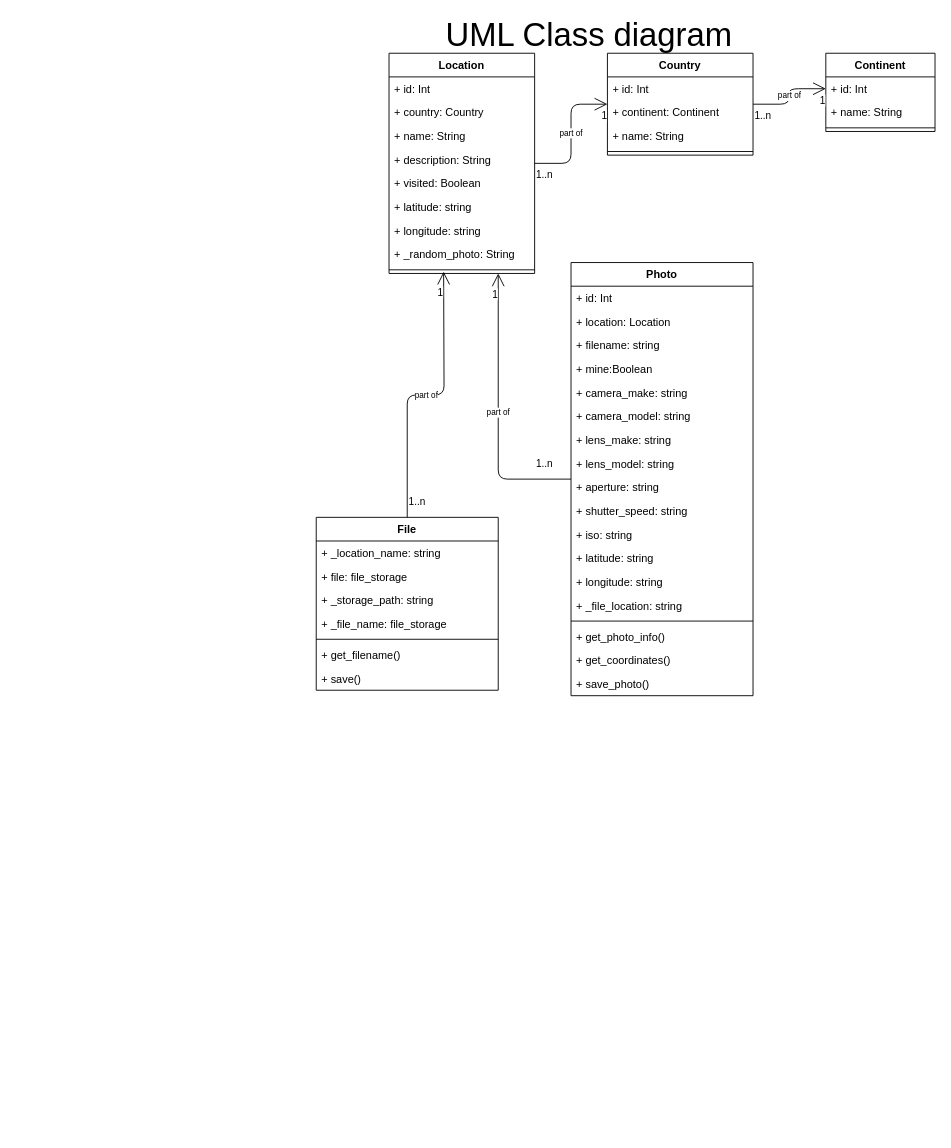
The draw.io diagram page "UML Class diagram" (1 of 7) of Design/Design.drawio in Michalju/PhotoApp, before the edit. Source tidied: cells renumbered, new cells numbered last; positions are measured from the earlier drawing's top-left corner, leaving out a move shared by most shapes. Both pictures are drawn from the tidied source at 91%, with x=0, y=0 at pixel (243, 16).
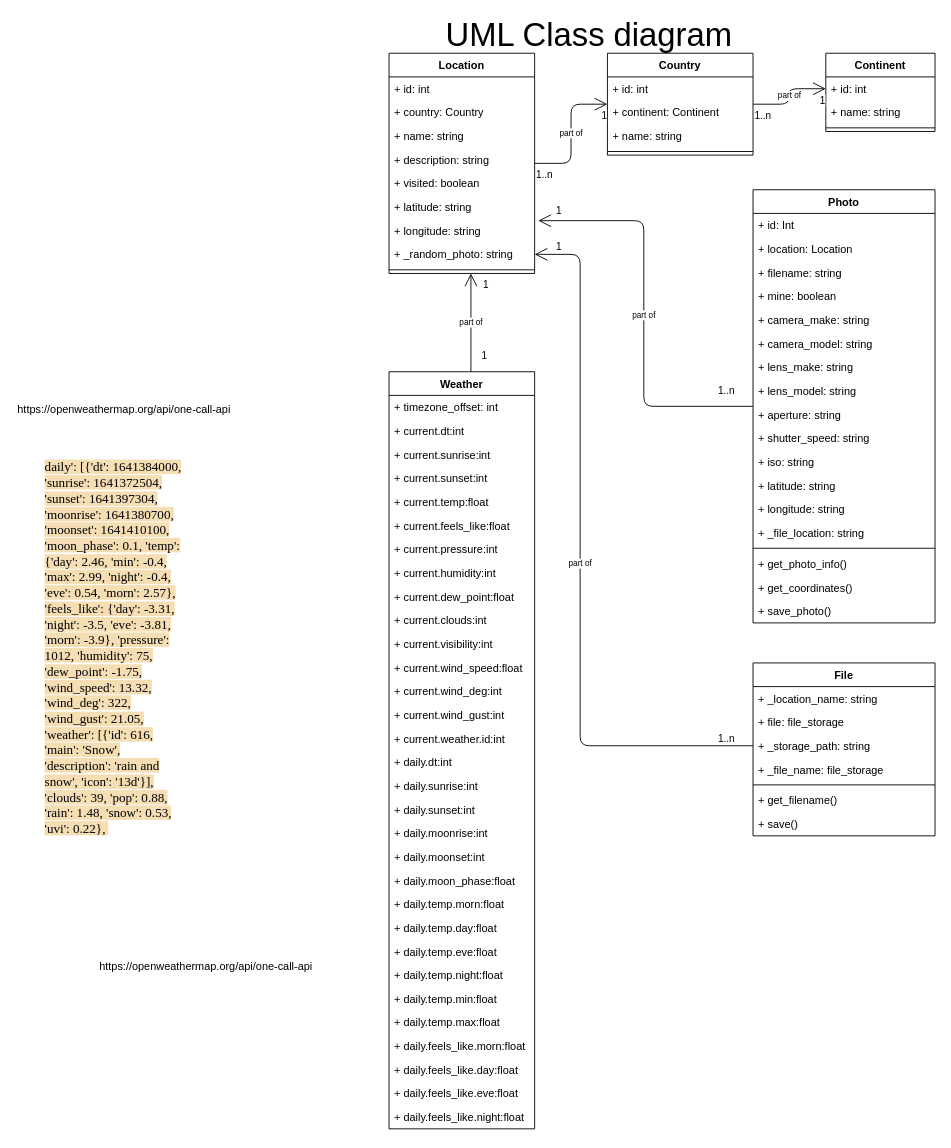
The same page after the edit.

The change refers to these unchanged cells:
```xml
<mxCell id="2" value="Country" style="swimlane;fontStyle=1;align=center;verticalAlign=top;horizontal=1;startSize=26;" parent="1" vertex="1">
  <mxGeometry x="400" y="40" width="160" height="112" as="geometry" />
</mxCell>
<mxCell id="7" value="Location" style="swimlane;fontStyle=1;align=center;verticalAlign=top;horizontal=1;startSize=26;" parent="1" vertex="1">
  <mxGeometry x="160" y="40" width="160" height="242" as="geometry" />
</mxCell>
<mxCell id="14" value="+ longitude: string" style="text;strokeColor=none;fillColor=none;align=left;verticalAlign=top;spacingLeft=4;spacingRight=4;overflow=hidden;points=[[0,0.5],[1,0.5]];portConstraint=eastwest;" parent="7" vertex="1">
  <mxGeometry y="182" width="160" height="26" as="geometry" />
</mxCell>
<mxCell id="20" value="Continent" style="swimlane;fontStyle=1;align=center;verticalAlign=top;horizontal=1;startSize=26;" parent="1" vertex="1">
  <mxGeometry x="640" y="40" width="120" height="86" as="geometry" />
</mxCell>
<mxCell id="53" value="+ _storage_path: string" style="text;strokeColor=none;fillColor=none;align=left;verticalAlign=top;spacingLeft=4;spacingRight=4;overflow=hidden;points=[[0,0.5],[1,0.5]];portConstraint=eastwest;" parent="50" vertex="1">
  <mxGeometry y="78" width="200" height="26" as="geometry" />
</mxCell>
```

What changed in the source:
```diff
@@
-    <mxCell id="3" value="+ id: Int" style="text;strokeColor=none;fillColor=none;align=left;verticalAlign=top;spacingLeft=4;spacingRight=4;overflow=hidden;" parent="2" vertex="1">
+    <mxCell id="3" value="+ id: int" style="text;strokeColor=none;fillColor=none;align=left;verticalAlign=top;spacingLeft=4;spacingRight=4;overflow=hidden;" parent="2" vertex="1">
       <mxGeometry y="26" width="160" height="26" as="geometry" />
     </mxCell>
@@
-    <mxCell id="5" value="+ name: String" style="text;strokeColor=none;fillColor=none;align=left;verticalAlign=top;spacingLeft=4;spacingRight=4;overflow=hidden;" parent="2" vertex="1">
+    <mxCell id="5" value="+ name: string" style="text;strokeColor=none;fillColor=none;align=left;verticalAlign=top;spacingLeft=4;spacingRight=4;overflow=hidden;" parent="2" vertex="1">
       <mxGeometry y="78" width="160" height="26" as="geometry" />
     </mxCell>
@@
-    <mxCell id="8" value="+ id: Int" style="text;strokeColor=none;fillColor=none;align=left;verticalAlign=top;spacingLeft=4;spacingRight=4;overflow=hidden;" parent="7" vertex="1">
+    <mxCell id="8" value="+ id: int" style="text;strokeColor=none;fillColor=none;align=left;verticalAlign=top;spacingLeft=4;spacingRight=4;overflow=hidden;" parent="7" vertex="1">
       <mxGeometry y="26" width="160" height="26" as="geometry" />
     </mxCell>
@@
-    <mxCell id="10" value="+ name: String" style="text;strokeColor=none;fillColor=none;align=left;verticalAlign=top;spacingLeft=4;spacingRight=4;overflow=hidden;" parent="7" vertex="1">
+    <mxCell id="10" value="+ name: string" style="text;strokeColor=none;fillColor=none;align=left;verticalAlign=top;spacingLeft=4;spacingRight=4;overflow=hidden;" parent="7" vertex="1">
       <mxGeometry y="78" width="160" height="26" as="geometry" />
     </mxCell>
-    <mxCell id="11" value="+ description: String" style="text;strokeColor=none;fillColor=none;align=left;verticalAlign=top;spacingLeft=4;spacingRight=4;overflow=hidden;" parent="7" vertex="1">
+    <mxCell id="11" value="+ description: string" style="text;strokeColor=none;fillColor=none;align=left;verticalAlign=top;spacingLeft=4;spacingRight=4;overflow=hidden;" parent="7" vertex="1">
       <mxGeometry y="104" width="160" height="26" as="geometry" />
     </mxCell>
-    <mxCell id="12" value="+ visited: Boolean" style="text;strokeColor=none;fillColor=none;align=left;verticalAlign=top;spacingLeft=4;spacingRight=4;overflow=hidden;" parent="7" vertex="1">
+    <mxCell id="12" value="+ visited: boolean" style="text;strokeColor=none;fillColor=none;align=left;verticalAlign=top;spacingLeft=4;spacingRight=4;overflow=hidden;" parent="7" vertex="1">
       <mxGeometry y="130" width="160" height="26" as="geometry" />
     </mxCell>
@@
-    <mxCell id="15" value="+ _random_photo: String" style="text;strokeColor=none;fillColor=none;align=left;verticalAlign=top;spacingLeft=4;spacingRight=4;overflow=hidden;points=[[0,0.5],[1,0.5]];portConstraint=eastwest;" parent="7" vertex="1">
+    <mxCell id="15" value="+ _random_photo: string" style="text;strokeColor=none;fillColor=none;align=left;verticalAlign=top;spacingLeft=4;spacingRight=4;overflow=hidden;points=[[0,0.5],[1,0.5]];portConstraint=eastwest;" parent="7" vertex="1">
       <mxGeometry y="208" width="160" height="26" as="geometry" />
     </mxCell>
@@
-    <mxCell id="21" value="+ id: Int" style="text;strokeColor=none;fillColor=none;align=left;verticalAlign=top;spacingLeft=4;spacingRight=4;overflow=hidden;points=[[0,0.5],[1,0.5]];portConstraint=eastwest;" parent="20" vertex="1">
+    <mxCell id="21" value="+ id: int" style="text;strokeColor=none;fillColor=none;align=left;verticalAlign=top;spacingLeft=4;spacingRight=4;overflow=hidden;points=[[0,0.5],[1,0.5]];portConstraint=eastwest;" parent="20" vertex="1">
       <mxGeometry y="26" width="120" height="26" as="geometry" />
     </mxCell>
-    <mxCell id="22" value="+ name: String" style="text;strokeColor=none;fillColor=none;align=left;verticalAlign=top;spacingLeft=4;spacingRight=4;overflow=hidden;" parent="20" vertex="1">
+    <mxCell id="22" value="+ name: string" style="text;strokeColor=none;fillColor=none;align=left;verticalAlign=top;spacingLeft=4;spacingRight=4;overflow=hidden;" parent="20" vertex="1">
       <mxGeometry y="52" width="120" height="26" as="geometry" />
     </mxCell>
@@
     <mxCell id="28" value="Photo" style="swimlane;fontStyle=1;align=center;verticalAlign=top;horizontal=1;startSize=26;" parent="1" vertex="1">
-      <mxGeometry x="360" y="270" width="200" height="476" as="geometry" />
+      <mxGeometry x="560" y="190" width="200" height="476" as="geometry" />
     </mxCell>
@@
-    <mxCell id="32" value="+ mine:Boolean" style="text;strokeColor=none;fillColor=none;align=left;verticalAlign=top;spacingLeft=4;spacingRight=4;overflow=hidden;" parent="28" vertex="1">
+    <mxCell id="32" value="+ mine: boolean" style="text;strokeColor=none;fillColor=none;align=left;verticalAlign=top;spacingLeft=4;spacingRight=4;overflow=hidden;" parent="28" vertex="1">
       <mxGeometry y="104" width="200" height="26" as="geometry" />
     </mxCell>
@@
-    <mxCell id="47" value="part of" style="endArrow=open;html=1;endSize=12;startArrow=none;startSize=14;startFill=0;edgeStyle=orthogonalEdgeStyle;fontSize=9;entryX=0.75;entryY=1;entryDx=0;entryDy=0;" parent="1" edge="1" source="28" target="7">
+    <mxCell id="47" value="part of" style="endArrow=open;html=1;endSize=12;startArrow=none;startSize=14;startFill=0;edgeStyle=orthogonalEdgeStyle;fontSize=9;entryX=1.025;entryY=0.077;entryDx=0;entryDy=0;entryPerimeter=0;" parent="1" edge="1" source="28" target="14">
       <mxGeometry relative="1" as="geometry" />
     </mxCell>
@@
     <mxCell id="49" value="1" style="edgeLabel;html=1;align=right;verticalAlign=top;" parent="47" vertex="1">
       <mxGeometry x="1" relative="1" as="geometry">
-        <mxPoint y="10" as="offset" />
+        <mxPoint x="26" y="-24" as="offset" />
       </mxGeometry>
     </mxCell>
     <mxCell id="50" value="File" style="swimlane;fontStyle=1;align=center;verticalAlign=top;horizontal=1;startSize=26;" parent="1" vertex="1">
-      <mxGeometry x="80" y="550" width="200" height="190" as="geometry" />
+      <mxGeometry x="560" y="710" width="200" height="190" as="geometry" />
     </mxCell>
@@
-    <mxCell id="58" value="part of" style="endArrow=open;html=1;endSize=12;startArrow=none;startSize=14;startFill=0;edgeStyle=orthogonalEdgeStyle;fontSize=9;exitX=0.5;exitY=0;exitDx=0;exitDy=0;" parent="1" edge="1" source="50">
+    <mxCell id="58" value="part of" style="endArrow=open;html=1;endSize=12;startArrow=none;startSize=14;startFill=0;edgeStyle=orthogonalEdgeStyle;fontSize=9;exitX=0;exitY=0.5;exitDx=0;exitDy=0;entryX=1;entryY=0.5;entryDx=0;entryDy=0;" parent="1" edge="1" source="53" target="15">
       <mxGeometry relative="1" as="geometry">
-        <mxPoint x="220" y="280" as="targetPoint" />
+        <Array as="points">
+          <mxPoint x="370" y="801" />
+          <mxPoint x="370" y="261" />
+        </Array>
       </mxGeometry>
     </mxCell>
     <mxCell id="59" value="1..n" style="edgeLabel;html=1;align=left;verticalAlign=top;" parent="58" vertex="1">
       <mxGeometry x="-1" relative="1" as="geometry">
-        <mxPoint y="-30" as="offset" />
+        <mxPoint x="-40" y="-21" as="offset" />
       </mxGeometry>
     </mxCell>
     <mxCell id="60" value="1" style="edgeLabel;html=1;align=right;verticalAlign=top;" parent="58" vertex="1">
       <mxGeometry x="1" relative="1" as="geometry">
-        <mxPoint y="10" as="offset" />
+        <mxPoint x="30" y="-21" as="offset" />
       </mxGeometry>
     </mxCell>
+    <mxCell id="61" value="Weather" style="swimlane;fontStyle=1;align=center;verticalAlign=top;horizontal=1;startSize=26;" parent="1" vertex="1">
+      <mxGeometry x="160" y="390" width="160" height="832" as="geometry" />
+    </mxCell>
+    <mxCell id="62" value="+ timezone_offset: int" style="text;strokeColor=none;fillColor=none;align=left;verticalAlign=top;spacingLeft=4;spacingRight=4;overflow=hidden;" parent="61" vertex="1">
+      <mxGeometry y="26" width="160" height="26" as="geometry" />
+    </mxCell>
+    <mxCell id="63" value="+ current.dt:int " style="text;strokeColor=none;fillColor=none;align=left;verticalAlign=top;spacingLeft=4;spacingRight=4;overflow=hidden;" parent="61" vertex="1">
+      <mxGeometry y="52" width="160" height="26" as="geometry" />
+    </mxCell>
+    <mxCell id="64" value="+ current.sunrise:int " style="text;strokeColor=none;fillColor=none;align=left;verticalAlign=top;spacingLeft=4;spacingRight=4;overflow=hidden;" parent="61" vertex="1">
+      <mxGeometry y="78" width="160" height="26" as="geometry" />
+    </mxCell>
+    <mxCell id="65" value="+ current.sunset:int " style="text;strokeColor=none;fillColor=none;align=left;verticalAlign=top;spacingLeft=4;spacingRight=4;overflow=hidden;" parent="61" vertex="1">
+      <mxGeometry y="104" width="160" height="26" as="geometry" />
+    </mxCell>
+    <mxCell id="66" value="+ current.temp:float" style="text;strokeColor=none;fillColor=none;align=left;verticalAlign=top;spacingLeft=4;spacingRight=4;overflow=hidden;" parent="61" vertex="1">
+      <mxGeometry y="130" width="160" height="26" as="geometry" />
+    </mxCell>
+    <mxCell id="67" value="+ current.feels_like:float" style="text;strokeColor=none;fillColor=none;align=left;verticalAlign=top;spacingLeft=4;spacingRight=4;overflow=hidden;" parent="61" vertex="1">
+      <mxGeometry y="156" width="160" height="26" as="geometry" />
+    </mxCell>
+    <mxCell id="68" value="+ current.pressure:int " style="text;strokeColor=none;fillColor=none;align=left;verticalAlign=top;spacingLeft=4;spacingRight=4;overflow=hidden;" parent="61" vertex="1">
+      <mxGeometry y="182" width="160" height="26" as="geometry" />
+    </mxCell>
+    <mxCell id="69" value="+ current.humidity:int " style="text;strokeColor=none;fillColor=none;align=left;verticalAlign=top;spacingLeft=4;spacingRight=4;overflow=hidden;" parent="61" vertex="1">
+      <mxGeometry y="208" width="160" height="26" as="geometry" />
+    </mxCell>
+    <mxCell id="70" value="+ current.dew_point:float" style="text;strokeColor=none;fillColor=none;align=left;verticalAlign=top;spacingLeft=4;spacingRight=4;overflow=hidden;" parent="61" vertex="1">
+      <mxGeometry y="234" width="160" height="26" as="geometry" />
+    </mxCell>
+    <mxCell id="71" value="+ current.clouds:int " style="text;strokeColor=none;fillColor=none;align=left;verticalAlign=top;spacingLeft=4;spacingRight=4;overflow=hidden;" parent="61" vertex="1">
+      <mxGeometry y="260" width="160" height="26" as="geometry" />
+    </mxCell>
+    <mxCell id="72" value="+ current.visibility:int " style="text;strokeColor=none;fillColor=none;align=left;verticalAlign=top;spacingLeft=4;spacingRight=4;overflow=hidden;" parent="61" vertex="1">
+      <mxGeometry y="286" width="160" height="26" as="geometry" />
+    </mxCell>
+    <mxCell id="73" value="+ current.wind_speed:float" style="text;strokeColor=none;fillColor=none;align=left;verticalAlign=top;spacingLeft=4;spacingRight=4;overflow=hidden;" parent="61" vertex="1">
+      <mxGeometry y="312" width="160" height="26" as="geometry" />
+    </mxCell>
+    <mxCell id="74" value="+ current.wind_deg:int " style="text;strokeColor=none;fillColor=none;align=left;verticalAlign=top;spacingLeft=4;spacingRight=4;overflow=hidden;" parent="61" vertex="1">
+      <mxGeometry y="338" width="160" height="26" as="geometry" />
+    </mxCell>
+    <mxCell id="75" value="+ current.wind_gust:int " style="text;strokeColor=none;fillColor=none;align=left;verticalAlign=top;spacingLeft=4;spacingRight=4;overflow=hidden;" parent="61" vertex="1">
+      <mxGeometry y="364" width="160" height="26" as="geometry" />
+    </mxCell>
+    <mxCell id="76" value="+ current.weather.id:int " style="text;strokeColor=none;fillColor=none;align=left;verticalAlign=top;spacingLeft=4;spacingRight=4;overflow=hidden;" parent="61" vertex="1">
+      <mxGeometry y="390" width="160" height="26" as="geometry" />
+    </mxCell>
+    <mxCell id="77" value="+ daily.dt:int " style="text;strokeColor=none;fillColor=none;align=left;verticalAlign=top;spacingLeft=4;spacingRight=4;overflow=hidden;" parent="61" vertex="1">
+      <mxGeometry y="416" width="160" height="26" as="geometry" />
+    </mxCell>
+    <mxCell id="78" value="+ daily.sunrise:int " style="text;strokeColor=none;fillColor=none;align=left;verticalAlign=top;spacingLeft=4;spacingRight=4;overflow=hidden;" parent="61" vertex="1">
+      <mxGeometry y="442" width="160" height="26" as="geometry" />
+    </mxCell>
+    <mxCell id="79" value="+ daily.sunset:int " style="text;strokeColor=none;fillColor=none;align=left;verticalAlign=top;spacingLeft=4;spacingRight=4;overflow=hidden;" parent="61" vertex="1">
+      <mxGeometry y="468" width="160" height="26" as="geometry" />
+    </mxCell>
+    <mxCell id="80" value="+ daily.moonrise:int " style="text;strokeColor=none;fillColor=none;align=left;verticalAlign=top;spacingLeft=4;spacingRight=4;overflow=hidden;" parent="61" vertex="1">
+      <mxGeometry y="494" width="160" height="26" as="geometry" />
+    </mxCell>
+    <mxCell id="81" value="+ daily.moonset:int " style="text;strokeColor=none;fillColor=none;align=left;verticalAlign=top;spacingLeft=4;spacingRight=4;overflow=hidden;" parent="61" vertex="1">
+      <mxGeometry y="520" width="160" height="26" as="geometry" />
+    </mxCell>
+    <mxCell id="82" value="+ daily.moon_phase:float" style="text;strokeColor=none;fillColor=none;align=left;verticalAlign=top;spacingLeft=4;spacingRight=4;overflow=hidden;" parent="61" vertex="1">
+      <mxGeometry y="546" width="160" height="26" as="geometry" />
+    </mxCell>
+    <mxCell id="83" value="+ daily.temp.morn:float" style="text;strokeColor=none;fillColor=none;align=left;verticalAlign=top;spacingLeft=4;spacingRight=4;overflow=hidden;" parent="61" vertex="1">
+      <mxGeometry y="572" width="160" height="26" as="geometry" />
+    </mxCell>
+    <mxCell id="84" value="+ daily.temp.day:float" style="text;strokeColor=none;fillColor=none;align=left;verticalAlign=top;spacingLeft=4;spacingRight=4;overflow=hidden;" parent="61" vertex="1">
+      <mxGeometry y="598" width="160" height="26" as="geometry" />
+    </mxCell>
+    <mxCell id="85" value="+ daily.temp.eve:float" style="text;strokeColor=none;fillColor=none;align=left;verticalAlign=top;spacingLeft=4;spacingRight=4;overflow=hidden;" parent="61" vertex="1">
+      <mxGeometry y="624" width="160" height="26" as="geometry" />
+    </mxCell>
+    <mxCell id="86" value="+ daily.temp.night:float" style="text;strokeColor=none;fillColor=none;align=left;verticalAlign=top;spacingLeft=4;spacingRight=4;overflow=hidden;" parent="61" vertex="1">
+      <mxGeometry y="650" width="160" height="26" as="geometry" />
+    </mxCell>
+    <mxCell id="87" value="+ daily.temp.min:float" style="text;strokeColor=none;fillColor=none;align=left;verticalAlign=top;spacingLeft=4;spacingRight=4;overflow=hidden;" parent="61" vertex="1">
+      <mxGeometry y="676" width="160" height="26" as="geometry" />
+    </mxCell>
+    <mxCell id="88" value="+ daily.temp.max:float" style="text;strokeColor=none;fillColor=none;align=left;verticalAlign=top;spacingLeft=4;spacingRight=4;overflow=hidden;" parent="61" vertex="1">
+      <mxGeometry y="702" width="160" height="26" as="geometry" />
+    </mxCell>
+    <mxCell id="89" value="+ daily.feels_like.morn:float" style="text;strokeColor=none;fillColor=none;align=left;verticalAlign=top;spacingLeft=4;spacingRight=4;overflow=hidden;" parent="61" vertex="1">
+      <mxGeometry y="728" width="160" height="26" as="geometry" />
+    </mxCell>
+    <mxCell id="90" value="+ daily.feels_like.day:float" style="text;strokeColor=none;fillColor=none;align=left;verticalAlign=top;spacingLeft=4;spacingRight=4;overflow=hidden;" parent="61" vertex="1">
+      <mxGeometry y="754" width="160" height="26" as="geometry" />
+    </mxCell>
+    <mxCell id="91" value="+ daily.feels_like.eve:float" style="text;strokeColor=none;fillColor=none;align=left;verticalAlign=top;spacingLeft=4;spacingRight=4;overflow=hidden;" parent="61" vertex="1">
+      <mxGeometry y="780" width="160" height="26" as="geometry" />
+    </mxCell>
+    <mxCell id="92" value="+ daily.feels_like.night:float" style="text;strokeColor=none;fillColor=none;align=left;verticalAlign=top;spacingLeft=4;spacingRight=4;overflow=hidden;" parent="61" vertex="1">
+      <mxGeometry y="806" width="160" height="26" as="geometry" />
+    </mxCell>
+    <mxCell id="93" value="part of" style="endArrow=open;html=1;endSize=12;startArrow=none;startSize=14;startFill=0;edgeStyle=orthogonalEdgeStyle;fontSize=9;entryX=0.5;entryY=1;entryDx=0;entryDy=0;exitX=0.5;exitY=0;exitDx=0;exitDy=0;" parent="1" edge="1">
+      <mxGeometry relative="1" as="geometry">
+        <mxPoint x="250" y="390" as="sourcePoint" />
+        <mxPoint x="250" y="282" as="targetPoint" />
+      </mxGeometry>
+    </mxCell>
+    <mxCell id="94" value="1" style="edgeLabel;html=1;align=left;verticalAlign=top;" parent="93" vertex="1">
+      <mxGeometry x="-1" relative="1" as="geometry">
+        <mxPoint x="10" y="-30" as="offset" />
+      </mxGeometry>
+    </mxCell>
+    <mxCell id="95" value="1" style="edgeLabel;html=1;align=right;verticalAlign=top;" parent="93" vertex="1">
+      <mxGeometry x="1" relative="1" as="geometry">
+        <mxPoint x="20" as="offset" />
+      </mxGeometry>
+    </mxCell>
+    <mxCell id="96" value="https://openweathermap.org/api/one-call-api" style="text;whiteSpace=wrap;html=1;" parent="1" vertex="1">
+      <mxGeometry x="-250" y="418" width="260" height="30" as="geometry" />
+    </mxCell>
+    <mxCell id="97" value="&lt;span style=&quot;color: rgb(0, 0, 0); font-family: &amp;quot;times new roman&amp;quot;; font-size: 14.4px; font-style: normal; font-weight: 400; letter-spacing: normal; text-align: center; text-indent: 0px; text-transform: none; word-spacing: 0px; background-color: rgb(245, 221, 180); display: inline; float: none;&quot;&gt;daily': [{'dt': 1641384000, 'sunrise': 1641372504, 'sunset': 1641397304, 'moonrise': 1641380700, 'moonset': 1641410100, 'moon_phase': 0.1, 'temp': {'day': 2.46, 'min': -0.4, 'max': 2.99, 'night': -0.4, 'eve': 0.54, 'morn': 2.57}, 'feels_like': {'day': -3.31, 'night': -3.5, 'eve': -3.81, 'morn': -3.9}, 'pressure': 1012, 'humidity': 75, 'dew_point': -1.75, 'wind_speed': 13.32, 'wind_deg': 322, 'wind_gust': 21.05, 'weather': [{'id': 616, 'main': 'Snow', 'description': 'rain and snow', 'icon': '13d'}], 'clouds': 39, 'pop': 0.88, 'rain': 1.48, 'snow': 0.53, 'uvi': 0.22},&lt;span&gt;&amp;nbsp;&lt;/span&gt;&lt;/span&gt;" style="text;whiteSpace=wrap;html=1;" parent="1" vertex="1">
+      <mxGeometry x="-220" y="480" width="160" height="400" as="geometry" />
+    </mxCell>
+    <mxCell id="98" value="https://openweathermap.org/api/one-call-api" style="text;whiteSpace=wrap;html=1;" parent="1" vertex="1">
+      <mxGeometry x="-160" y="1030" width="260" height="30" as="geometry" />
+    </mxCell>
```
